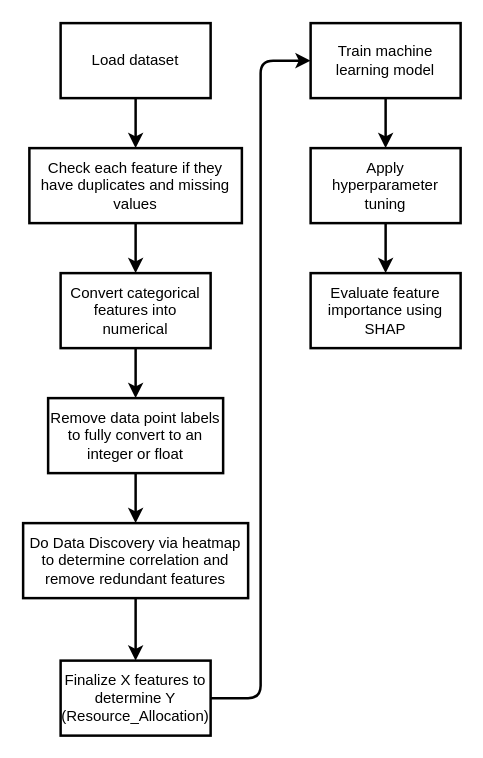
Above: workflow.drawio in Joackim27/ML-Bandwidth-Allocation (draw.io), before the change. Source tidied: cells renumbered, new cells numbered last; positions are measured from the earlier drawing's top-left corner, leaving out a move shared by most shapes. Both pictures are drawn from the tidied source at 125%, with x=0, y=0 at pixel (22, 22).
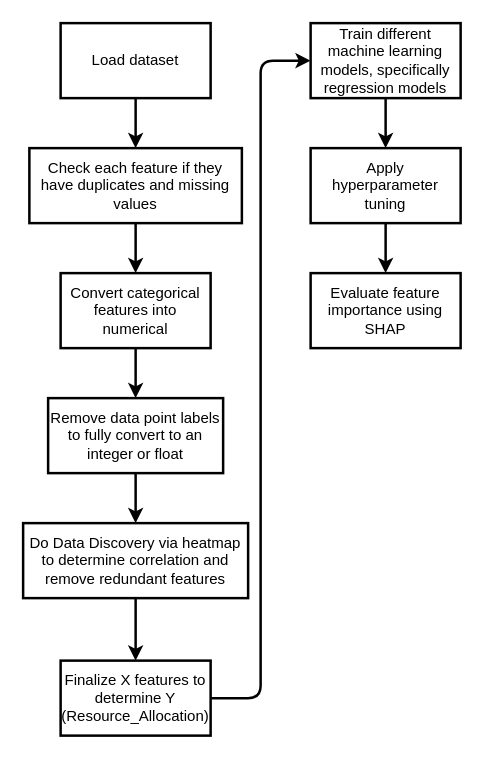
Above is the later version.

Commit message (it also covers changes not shown here):
Added Linear Regression and Gradient Boosting

What changed in the source:
```diff
@@
 <mxGraphModel>
   <root>
     <mxCell id="0" />
     <mxCell id="1" parent="0" />
     <mxCell id="2" style="edgeStyle=none;html=1;exitX=0.5;exitY=1;exitDx=0;exitDy=0;entryX=0.5;entryY=0;entryDx=0;entryDy=0;strokeWidth=2;" parent="1" edge="1" source="3" target="5">
       <mxGeometry relative="1" as="geometry" />
     </mxCell>
     <mxCell id="3" value="Load dataset" style="rounded=0;whiteSpace=wrap;html=1;strokeWidth=2;" parent="1" vertex="1">
       <mxGeometry x="30" width="120" height="60" as="geometry" />
     </mxCell>
     <mxCell id="4" style="edgeStyle=none;html=1;exitX=0.5;exitY=1;exitDx=0;exitDy=0;entryX=0.5;entryY=0;entryDx=0;entryDy=0;strokeWidth=2;" parent="1" edge="1" source="5" target="7">
       <mxGeometry relative="1" as="geometry" />
     </mxCell>
     <mxCell id="5" value="Check each feature if they have duplicates and missing values" style="rounded=0;whiteSpace=wrap;html=1;strokeWidth=2;" parent="1" vertex="1">
       <mxGeometry x="5" y="100" width="170" height="60" as="geometry" />
     </mxCell>
     <mxCell id="6" style="edgeStyle=none;html=1;exitX=0.5;exitY=1;exitDx=0;exitDy=0;entryX=0.5;entryY=0;entryDx=0;entryDy=0;strokeWidth=2;" parent="1" edge="1" source="7" target="9">
       <mxGeometry relative="1" as="geometry" />
     </mxCell>
     <mxCell id="7" value="Convert categorical features into numerical" style="rounded=0;whiteSpace=wrap;html=1;strokeWidth=2;" parent="1" vertex="1">
       <mxGeometry x="30" y="200" width="120" height="60" as="geometry" />
     </mxCell>
     <mxCell id="8" style="edgeStyle=none;html=1;exitX=0.5;exitY=1;exitDx=0;exitDy=0;entryX=0.5;entryY=0;entryDx=0;entryDy=0;strokeWidth=2;" parent="1" edge="1" source="9" target="11">
       <mxGeometry relative="1" as="geometry" />
     </mxCell>
     <mxCell id="9" value="Remove data point labels to fully convert to an integer or float" style="rounded=0;whiteSpace=wrap;html=1;strokeWidth=2;" parent="1" vertex="1">
       <mxGeometry x="20" y="300" width="140" height="60" as="geometry" />
     </mxCell>
     <mxCell id="10" style="edgeStyle=none;html=1;exitX=0.5;exitY=1;exitDx=0;exitDy=0;entryX=0.5;entryY=0;entryDx=0;entryDy=0;strokeWidth=2;" parent="1" edge="1" source="11" target="13">
       <mxGeometry relative="1" as="geometry" />
     </mxCell>
     <mxCell id="11" value="Do Data Discovery via heatmap to determine correlation and remove redundant features" style="rounded=0;whiteSpace=wrap;html=1;strokeWidth=2;" parent="1" vertex="1">
       <mxGeometry y="400" width="180" height="60" as="geometry" />
     </mxCell>
     <mxCell id="12" style="edgeStyle=orthogonalEdgeStyle;html=1;exitX=1;exitY=0.5;exitDx=0;exitDy=0;entryX=0;entryY=0.5;entryDx=0;entryDy=0;strokeWidth=2;" parent="1" edge="1" source="13" target="15">
       <mxGeometry relative="1" as="geometry" />
     </mxCell>
     <mxCell id="13" value="Finalize X features to determine Y (Resource_Allocation)" style="rounded=0;whiteSpace=wrap;html=1;strokeWidth=2;" parent="1" vertex="1">
       <mxGeometry x="30" y="510" width="120" height="60" as="geometry" />
     </mxCell>
     <mxCell id="14" style="edgeStyle=none;html=1;exitX=0.5;exitY=1;exitDx=0;exitDy=0;entryX=0.5;entryY=0;entryDx=0;entryDy=0;strokeWidth=2;" parent="1" edge="1" source="15" target="18">
       <mxGeometry relative="1" as="geometry" />
     </mxCell>
-    <mxCell id="15" value="Train machine learning model" style="rounded=0;whiteSpace=wrap;html=1;strokeWidth=2;" parent="1" vertex="1">
+    <mxCell id="15" value="Train different machine learning models, specifically regression models" style="rounded=0;whiteSpace=wrap;html=1;strokeWidth=2;" parent="1" vertex="1">
       <mxGeometry x="230" width="120" height="60" as="geometry" />
     </mxCell>
     <mxCell id="16" value="Evaluate feature importance using SHAP" style="rounded=0;whiteSpace=wrap;html=1;strokeWidth=2;" parent="1" vertex="1">
       <mxGeometry x="230" y="200" width="120" height="60" as="geometry" />
     </mxCell>
     <mxCell id="17" style="edgeStyle=none;html=1;exitX=0.5;exitY=1;exitDx=0;exitDy=0;entryX=0.5;entryY=0;entryDx=0;entryDy=0;strokeWidth=2;" parent="1" edge="1" source="18" target="16">
       <mxGeometry relative="1" as="geometry" />
     </mxCell>
     <mxCell id="18" value="Apply hyperparameter tuning" style="rounded=0;whiteSpace=wrap;html=1;strokeWidth=2;" parent="1" vertex="1">
       <mxGeometry x="230" y="100" width="120" height="60" as="geometry" />
     </mxCell>
   </root>
 </mxGraphModel>
```
